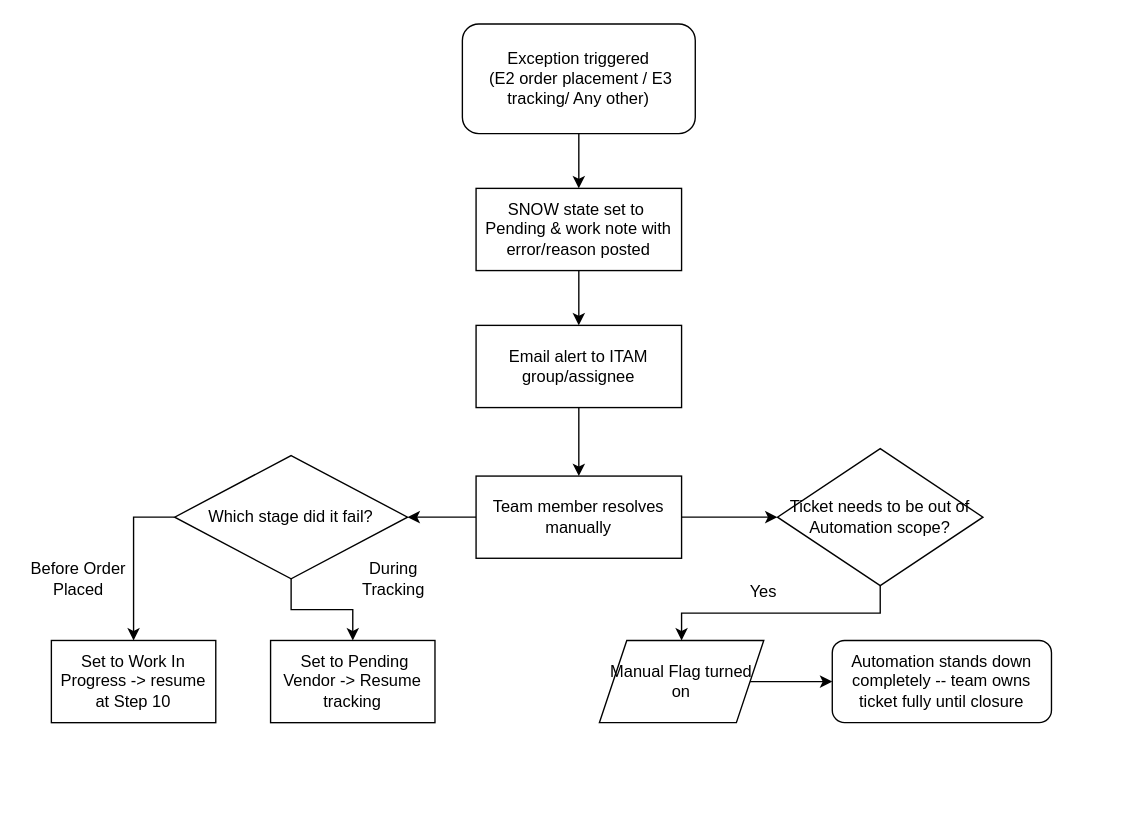
Before: Exception Handling.drawio in skunduam/draw.io-diagrams, a draw.io diagram. Source tidied: cells renumbered, new cells numbered last; positions are measured from the earlier drawing's top-left corner, leaving out a move shared by most shapes. Both pictures are drawn from the tidied source at 137%, with x=0, y=0 at pixel (23, 23).
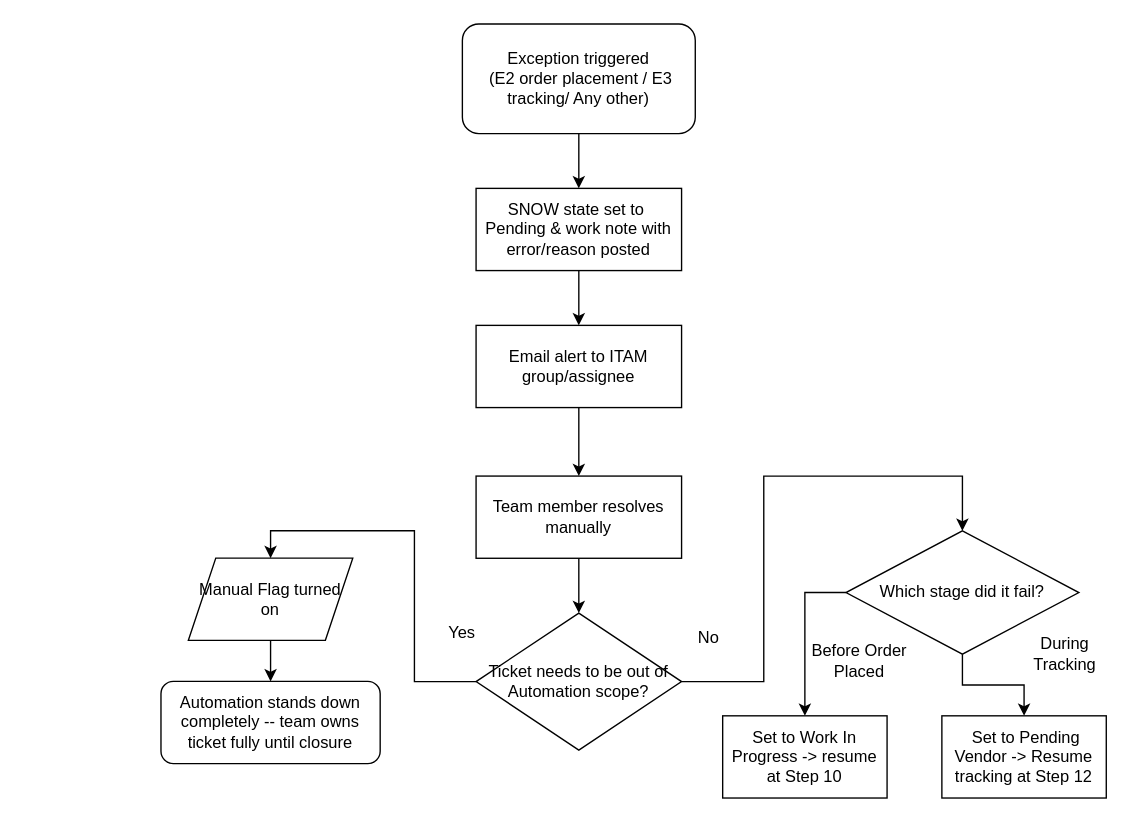
The same diagram, later.

Unchanged cells that the change refers to:
```xml
<mxCell id="10" value="Team member resolves manually" style="rounded=0;whiteSpace=wrap;html=1;" parent="1" vertex="1">
  <mxGeometry x="330" y="330" width="150" height="60" as="geometry" />
</mxCell>
```

What changed in the source:
```diff
@@
-    <mxCell id="8" style="edgeStyle=orthogonalEdgeStyle;rounded=0;jettySize=auto;html=1;" parent="1" edge="1" source="10" target="13">
-      <mxGeometry relative="1" as="geometry" />
-    </mxCell>
-    <mxCell id="9" style="edgeStyle=orthogonalEdgeStyle;rounded=0;jettySize=auto;html=1;" parent="1" edge="1" source="10" target="19">
+    <mxCell id="9" style="edgeStyle=orthogonalEdgeStyle;rounded=0;jettySize=auto;html=1;exitX=0.5;exitY=1;exitDx=0;exitDy=0;entryX=0.5;entryY=0;entryDx=0;entryDy=0;" parent="1" edge="1" source="10" target="19">
       <mxGeometry relative="1" as="geometry" />
     </mxCell>
@@
     <mxCell id="13" value="Which stage did it fail?" style="rhombus;whiteSpace=wrap;html=1;shapeInside=1;rounded=0;" parent="1" vertex="1">
-      <mxGeometry x="110" y="315" width="170" height="90" as="geometry" />
+      <mxGeometry x="600" y="370" width="170" height="90" as="geometry" />
     </mxCell>
     <mxCell id="14" value="Set to Work In Progress -&amp;gt; resume at Step 10" style="rounded=0;whiteSpace=wrap;html=1;" parent="1" vertex="1">
-      <mxGeometry x="20" y="450" width="120" height="60" as="geometry" />
+      <mxGeometry x="510" y="505" width="120" height="60" as="geometry" />
     </mxCell>
     <mxCell id="15" value="Before Order Placed" style="text;html=1;whiteSpace=wrap;strokeColor=none;fillColor=none;align=center;verticalAlign=middle;rounded=0;" parent="1" vertex="1">
-      <mxGeometry y="390" width="80" height="30" as="geometry" />
+      <mxGeometry x="570" y="450" width="80" height="30" as="geometry" />
     </mxCell>
-    <mxCell id="16" value="&amp;nbsp;Set to Pending Vendor -&amp;gt; Resume tracking" style="whiteSpace=wrap;html=1;rounded=0;" parent="1" vertex="1">
-      <mxGeometry x="180" y="450" width="120" height="60" as="geometry" />
+    <mxCell id="16" value="&amp;nbsp;Set to Pending Vendor -&amp;gt; Resume tracking at Step 12" style="whiteSpace=wrap;html=1;rounded=0;" parent="1" vertex="1">
+      <mxGeometry x="670" y="505" width="120" height="60" as="geometry" />
     </mxCell>
     <mxCell id="17" value="During Tracking" style="text;html=1;whiteSpace=wrap;strokeColor=none;fillColor=none;align=center;verticalAlign=middle;rounded=0;" parent="1" vertex="1">
-      <mxGeometry x="230" y="390" width="80" height="30" as="geometry" />
+      <mxGeometry x="720" y="445" width="80" height="30" as="geometry" />
     </mxCell>
-    <mxCell id="18" style="edgeStyle=orthogonalEdgeStyle;rounded=0;jettySize=auto;html=1;exitX=0.5;exitY=1;exitDx=0;exitDy=0;entryX=0.5;entryY=0;entryDx=0;entryDy=0;" parent="1" edge="1" source="19" target="21">
+    <mxCell id="18" style="edgeStyle=orthogonalEdgeStyle;rounded=0;jettySize=auto;html=1;exitX=0;exitY=0.5;exitDx=0;exitDy=0;entryX=0.5;entryY=0;entryDx=0;entryDy=0;" parent="1" edge="1" source="19" target="21">
       <mxGeometry relative="1" as="geometry" />
     </mxCell>
+    <mxCell id="24" style="edgeStyle=orthogonalEdgeStyle;rounded=0;jettySize=auto;html=1;exitX=1;exitY=0.5;exitDx=0;exitDy=0;entryX=0.5;entryY=0;entryDx=0;entryDy=0;" parent="1" edge="1" source="19" target="13">
+      <mxGeometry relative="1" as="geometry">
+        <Array as="points">
+          <mxPoint x="540" y="480" />
+          <mxPoint x="540" y="330" />
+          <mxPoint x="685" y="330" />
+        </Array>
+      </mxGeometry>
+    </mxCell>
     <mxCell id="19" value="Ticket needs to be out of Automation scope?" style="rhombus;whiteSpace=wrap;html=1;shapeInside=1;rounded=0;" parent="1" vertex="1">
-      <mxGeometry x="550" y="310" width="150" height="100" as="geometry" />
+      <mxGeometry x="330" y="430" width="150" height="100" as="geometry" />
     </mxCell>
@@
     <mxCell id="21" value="Manual Flag turned on" style="shape=parallelogram;perimeter=parallelogramPerimeter;whiteSpace=wrap;html=1;shapeInside=1;fixedSize=1;" parent="1" vertex="1">
-      <mxGeometry x="420" y="450" width="120" height="60" as="geometry" />
+      <mxGeometry x="120" y="389.9" width="120" height="60" as="geometry" />
     </mxCell>
     <mxCell id="22" value="Automation stands down completely -- team owns ticket fully until closure" style="rounded=1;whiteSpace=wrap;html=1;" parent="1" vertex="1">
-      <mxGeometry x="590" y="450" width="160" height="60" as="geometry" />
+      <mxGeometry x="100" y="479.9" width="160" height="60" as="geometry" />
     </mxCell>
     <mxCell id="23" value="Yes" style="text;html=1;whiteSpace=wrap;strokeColor=none;fillColor=none;align=center;verticalAlign=middle;rounded=0;" parent="1" vertex="1">
-      <mxGeometry x="510" y="400" width="60" height="30" as="geometry" />
+      <mxGeometry x="290" y="430" width="60" height="30" as="geometry" />
     </mxCell>
+    <mxCell id="25" value="No" style="text;html=1;whiteSpace=wrap;strokeColor=none;fillColor=none;align=center;verticalAlign=middle;rounded=0;" parent="1" vertex="1">
+      <mxGeometry x="470" y="433" width="60" height="30" as="geometry" />
+    </mxCell>
```
